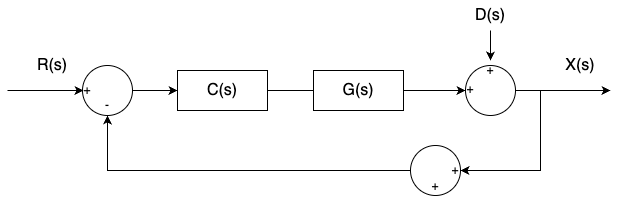
This is images/block/design-freq.drawio.png from ivaquero/book-control, a draw.io export, as it was before one commit. Source tidied: cells renumbered, new cells last; positions are measured from the earlier drawing's top-left corner, leaving out a move shared by most shapes. The source it was exported from:
```xml
<mxGraphModel math="1">
  <root>
    <mxCell id="0" />
    <mxCell id="1" parent="0" />
    <mxCell id="2" style="edgeStyle=orthogonalEdgeStyle;html=1;fontSize=16;rounded=0;entryX=1;entryY=0.5;entryDx=0;entryDy=0;" parent="1" edge="1" target="21">
      <mxGeometry relative="1" as="geometry">
        <mxPoint x="533" y="90" as="sourcePoint" />
        <Array as="points">
          <mxPoint x="533" y="170" />
          <mxPoint x="453" y="170" />
        </Array>
      </mxGeometry>
    </mxCell>
    <mxCell id="3" style="edgeStyle=orthogonalEdgeStyle;rounded=0;html=1;exitX=1;exitY=0.5;exitDx=0;exitDy=0;fontSize=16;" parent="1" edge="1">
      <mxGeometry relative="1" as="geometry">
        <mxPoint x="503" y="90" as="sourcePoint" />
        <mxPoint x="603" y="90" as="targetPoint" />
      </mxGeometry>
    </mxCell>
    <mxCell id="4" value="C(s)" style="rounded=0;whiteSpace=wrap;html=1;fontSize=16;" parent="1" vertex="1">
      <mxGeometry x="170" y="70" width="90" height="40" as="geometry" />
    </mxCell>
    <mxCell id="5" style="edgeStyle=none;html=1;endArrow=none;entryX=0;entryY=0.5;entryDx=0;entryDy=0;" parent="1" edge="1" source="4" target="16">
      <mxGeometry relative="1" as="geometry" />
    </mxCell>
    <mxCell id="6" style="edgeStyle=none;html=1;entryX=0.5;entryY=0;entryDx=0;entryDy=0;" parent="1" edge="1" source="7" target="18">
      <mxGeometry relative="1" as="geometry" />
    </mxCell>
    <mxCell id="7" value="&lt;font style=&quot;font-size: 16px;&quot;&gt;D(s)&lt;/font&gt;" style="text;html=1;strokeColor=none;fillColor=none;align=center;verticalAlign=middle;whiteSpace=wrap;rounded=0;" parent="1" vertex="1">
      <mxGeometry x="453" width="60" height="30" as="geometry" />
    </mxCell>
    <mxCell id="8" style="edgeStyle=none;html=1;fontSize=16;" parent="1" edge="1" source="9" target="4">
      <mxGeometry relative="1" as="geometry" />
    </mxCell>
    <mxCell id="9" value="&lt;div style=&quot;text-align: left;&quot;&gt;&lt;br&gt;&lt;/div&gt;" style="ellipse;whiteSpace=wrap;html=1;" parent="1" vertex="1">
      <mxGeometry x="75" y="65" width="50" height="50" as="geometry" />
    </mxCell>
    <mxCell id="10" value="+" style="text;html=1;strokeColor=none;fillColor=none;align=center;verticalAlign=middle;whiteSpace=wrap;rounded=0;" parent="1" vertex="1">
      <mxGeometry x="70" y="80" width="20" height="20" as="geometry" />
    </mxCell>
    <mxCell id="11" value="-" style="text;html=1;strokeColor=none;fillColor=none;align=center;verticalAlign=middle;whiteSpace=wrap;rounded=0;" parent="1" vertex="1">
      <mxGeometry x="90" y="95" width="20" height="20" as="geometry" />
    </mxCell>
    <mxCell id="12" style="edgeStyle=orthogonalEdgeStyle;rounded=0;html=1;fontSize=16;" parent="1" edge="1">
      <mxGeometry relative="1" as="geometry">
        <mxPoint y="90" as="sourcePoint" />
        <mxPoint x="76" y="90" as="targetPoint" />
        <Array as="points">
          <mxPoint x="56" y="90" />
          <mxPoint x="56" y="90" />
        </Array>
      </mxGeometry>
    </mxCell>
    <mxCell id="13" value="&lt;font style=&quot;font-size: 16px;&quot;&gt;X(s)&lt;/font&gt;" style="text;html=1;strokeColor=none;fillColor=none;align=center;verticalAlign=middle;whiteSpace=wrap;rounded=0;" parent="1" vertex="1">
      <mxGeometry x="543" y="50" width="60" height="30" as="geometry" />
    </mxCell>
    <mxCell id="14" value="&lt;font style=&quot;font-size: 16px;&quot;&gt;R(s)&lt;/font&gt;" style="text;html=1;strokeColor=none;fillColor=none;align=center;verticalAlign=middle;whiteSpace=wrap;rounded=0;" parent="1" vertex="1">
      <mxGeometry x="15" y="50" width="60" height="30" as="geometry" />
    </mxCell>
    <mxCell id="15" style="edgeStyle=none;html=1;exitX=1;exitY=0.5;exitDx=0;exitDy=0;entryX=0;entryY=0.5;entryDx=0;entryDy=0;" parent="1" edge="1" source="16" target="17">
      <mxGeometry relative="1" as="geometry" />
    </mxCell>
    <mxCell id="16" value="G(s)" style="rounded=0;whiteSpace=wrap;html=1;fontSize=16;" parent="1" vertex="1">
      <mxGeometry x="306" y="70" width="90" height="40" as="geometry" />
    </mxCell>
    <mxCell id="17" value="&lt;div style=&quot;text-align: left;&quot;&gt;&lt;br&gt;&lt;/div&gt;" style="ellipse;whiteSpace=wrap;html=1;" parent="1" vertex="1">
      <mxGeometry x="458" y="65" width="50" height="50" as="geometry" />
    </mxCell>
    <mxCell id="18" value="+" style="text;html=1;strokeColor=none;fillColor=none;align=center;verticalAlign=middle;whiteSpace=wrap;rounded=0;" parent="1" vertex="1">
      <mxGeometry x="473" y="60" width="20" height="20" as="geometry" />
    </mxCell>
    <mxCell id="19" value="+" style="text;html=1;strokeColor=none;fillColor=none;align=center;verticalAlign=middle;whiteSpace=wrap;rounded=0;" parent="1" vertex="1">
      <mxGeometry x="453" y="79" width="20" height="20" as="geometry" />
    </mxCell>
    <mxCell id="20" style="edgeStyle=orthogonalEdgeStyle;html=1;exitX=0;exitY=0.5;exitDx=0;exitDy=0;rounded=0;entryX=0.5;entryY=1;entryDx=0;entryDy=0;" parent="1" edge="1" source="21" target="9">
      <mxGeometry relative="1" as="geometry" />
    </mxCell>
    <mxCell id="21" value="&lt;div style=&quot;text-align: left;&quot;&gt;&lt;br&gt;&lt;/div&gt;" style="ellipse;whiteSpace=wrap;html=1;" parent="1" vertex="1">
      <mxGeometry x="403" y="145" width="50" height="50" as="geometry" />
    </mxCell>
    <mxCell id="22" value="+" style="text;html=1;strokeColor=none;fillColor=none;align=center;verticalAlign=middle;whiteSpace=wrap;rounded=0;" parent="1" vertex="1">
      <mxGeometry x="418" y="176" width="20" height="20" as="geometry" />
    </mxCell>
    <mxCell id="23" value="+" style="text;html=1;strokeColor=none;fillColor=none;align=center;verticalAlign=middle;whiteSpace=wrap;rounded=0;" parent="1" vertex="1">
      <mxGeometry x="438" y="160" width="20" height="20" as="geometry" />
    </mxCell>
  </root>
</mxGraphModel>
```
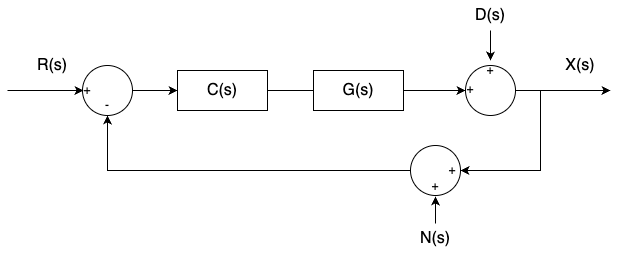
The same file after the commit.

Change to the diagram source:
```diff
@@ -82,7 +82,13 @@
       <mxGeometry x="418" y="176" width="20" height="20" as="geometry" />
     </mxCell>
     <mxCell id="23" value="+" style="text;html=1;strokeColor=none;fillColor=none;align=center;verticalAlign=middle;whiteSpace=wrap;rounded=0;" parent="1" vertex="1">
-      <mxGeometry x="438" y="160" width="20" height="20" as="geometry" />
+      <mxGeometry x="435" y="160" width="20" height="20" as="geometry" />
     </mxCell>
+    <mxCell id="24" style="edgeStyle=none;html=1;entryX=0.5;entryY=1;entryDx=0;entryDy=0;" parent="1" edge="1" source="25" target="22">
+      <mxGeometry relative="1" as="geometry" />
+    </mxCell>
+    <mxCell id="25" value="&lt;font style=&quot;font-size: 16px;&quot;&gt;N(s)&lt;/font&gt;" style="text;html=1;strokeColor=none;fillColor=none;align=center;verticalAlign=middle;whiteSpace=wrap;rounded=0;" parent="1" vertex="1">
+      <mxGeometry x="398" y="223" width="60" height="30" as="geometry" />
+    </mxCell>
   </root>
 </mxGraphModel>
```
